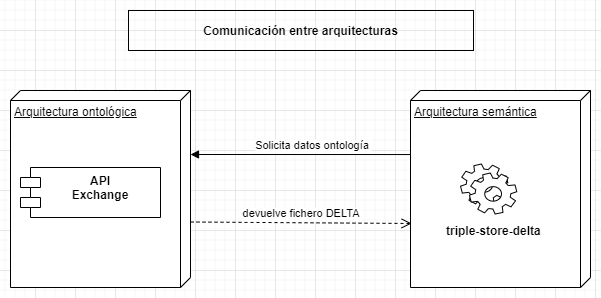
Before: 00-Arquitectura/integracion/resources/comunication_IO_vs_AE.png, a diagram exported from draw.io (Xyara/ib-asio-docs-). Source tidied: cells renumbered, new cells last; positions are measured from the earlier drawing's top-left corner, leaving out a move shared by most shapes. The source it was exported from:
```xml
<mxGraphModel>
  <root>
    <mxCell id="0" />
    <mxCell id="1" parent="0" />
    <mxCell id="2" value="Arquitectura ontológica" style="verticalAlign=top;align=left;spacingTop=8;spacingLeft=2;spacingRight=12;shape=cube;size=10;direction=south;fontStyle=4;html=1;" parent="1" vertex="1">
      <mxGeometry y="80" width="180" height="197" as="geometry" />
    </mxCell>
    <mxCell id="3" value="Arquitectura semántica" style="verticalAlign=top;align=left;spacingTop=8;spacingLeft=2;spacingRight=12;shape=cube;size=10;direction=south;fontStyle=4;html=1;" parent="1" vertex="1">
      <mxGeometry x="400" y="80" width="180" height="197" as="geometry" />
    </mxCell>
    <mxCell id="4" value="API&#10;Exchange" style="shape=module;align=left;spacingLeft=20;align=center;verticalAlign=top;fontStyle=1;" parent="1" vertex="1">
      <mxGeometry x="10" y="157" width="140" height="50" as="geometry" />
    </mxCell>
    <mxCell id="5" style="shape=mxgraph.bpmn.service_task;html=1;strokeOpacity=100;" parent="1" vertex="1">
      <mxGeometry x="450" y="153.5" width="56.2" height="50" as="geometry" />
    </mxCell>
    <mxCell id="6" value="triple-store-delta" style="text;strokeColor=none;fillColor=none;align=left;verticalAlign=top;spacingLeft=4;spacingRight=4;overflow=hidden;fontStyle=1;" parent="1" vertex="1">
      <mxGeometry x="430" y="207" width="110" height="26" as="geometry" />
    </mxCell>
    <mxCell id="7" value="devuelve fichero DELTA" style="verticalAlign=bottom;endArrow=open;dashed=1;endSize=8;exitX=1;exitY=0.95;shadow=0;strokeWidth=1;entryX=0.802;entryY=0.994;entryDx=0;entryDy=0;entryPerimeter=0;" parent="1" edge="1">
      <mxGeometry relative="1" as="geometry">
        <mxPoint x="180" y="211.5" as="sourcePoint" />
        <mxPoint x="401.1" y="213" as="targetPoint" />
      </mxGeometry>
    </mxCell>
    <mxCell id="8" value="Solicita datos ontología" style="verticalAlign=bottom;endArrow=block;shadow=0;strokeWidth=1;exitX=0.188;exitY=1;exitDx=0;exitDy=0;exitPerimeter=0;" parent="1" edge="1">
      <mxGeometry x="-0.11" relative="1" as="geometry">
        <mxPoint x="400" y="144" as="sourcePoint" />
        <mxPoint x="180" y="144" as="targetPoint" />
      </mxGeometry>
    </mxCell>
    <mxCell id="9" value="Comunicación entre arquitecturas" style="text;align=center;fontStyle=1;verticalAlign=middle;spacingLeft=3;spacingRight=3;strokeColor=#000000;" parent="1" vertex="1">
      <mxGeometry x="118" width="345" height="40" as="geometry" />
    </mxCell>
  </root>
</mxGraphModel>
```
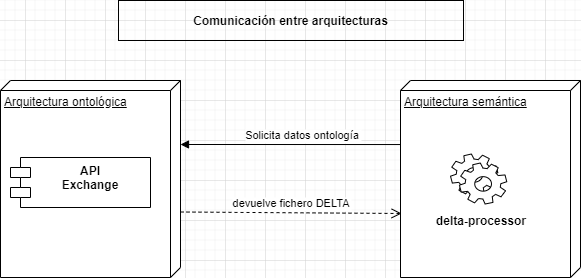
After the change.

What changed in the source:
```diff
@@ -14,7 +14,7 @@
     <mxCell id="5" style="shape=mxgraph.bpmn.service_task;html=1;strokeOpacity=100;" parent="1" vertex="1">
       <mxGeometry x="450" y="153.5" width="56.2" height="50" as="geometry" />
     </mxCell>
-    <mxCell id="6" value="triple-store-delta" style="text;strokeColor=none;fillColor=none;align=left;verticalAlign=top;spacingLeft=4;spacingRight=4;overflow=hidden;fontStyle=1;" parent="1" vertex="1">
+    <mxCell id="6" value="delta-processor" style="text;strokeColor=none;fillColor=none;align=left;verticalAlign=top;spacingLeft=4;spacingRight=4;overflow=hidden;fontStyle=1;" parent="1" vertex="1">
       <mxGeometry x="430" y="207" width="110" height="26" as="geometry" />
     </mxCell>
     <mxCell id="7" value="devuelve fichero DELTA" style="verticalAlign=bottom;endArrow=open;dashed=1;endSize=8;exitX=1;exitY=0.95;shadow=0;strokeWidth=1;entryX=0.802;entryY=0.994;entryDx=0;entryDy=0;entryPerimeter=0;" parent="1" edge="1">
```
